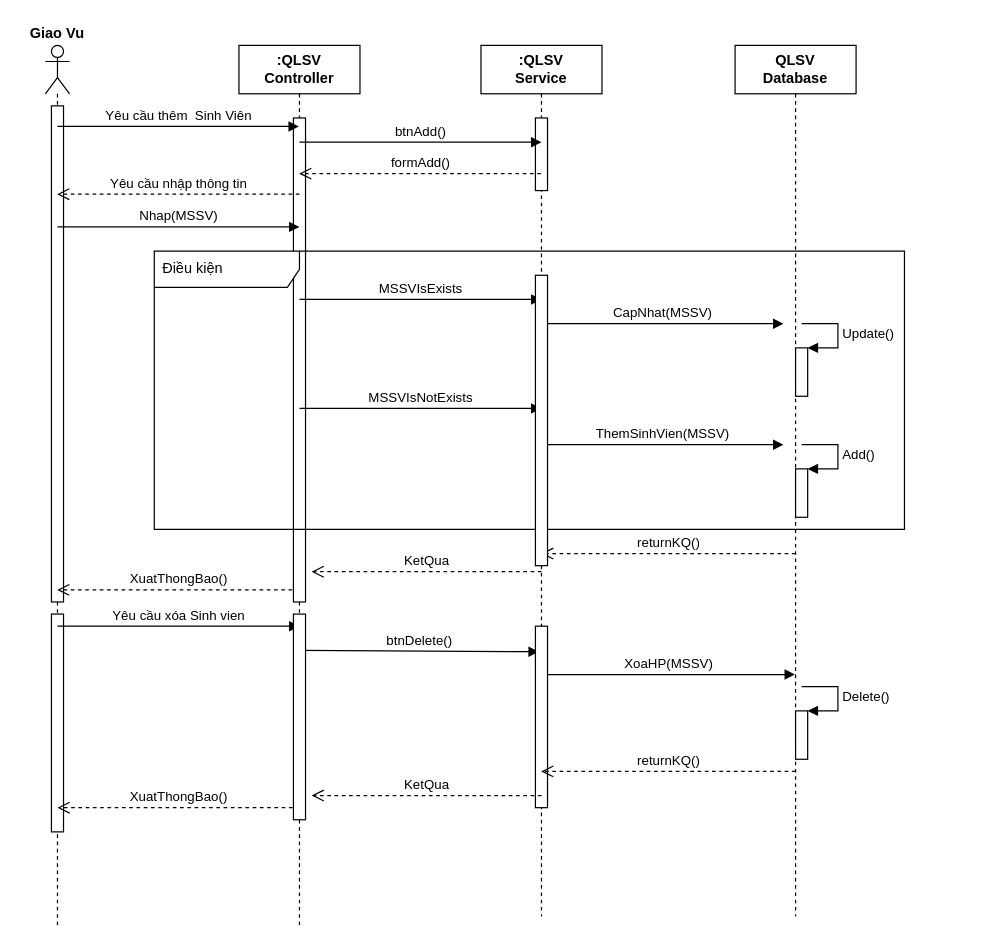
Above: Ctk43/Phần Mềm Đăng Ký Học Phần/Untitled Diagram.drawio in Dat0309/Cong-Nghe-Phan-Mem (draw.io), before the change. Source tidied: cells renumbered, new cells numbered last; positions are measured from the earlier drawing's top-left corner, leaving out a move shared by most shapes. Both pictures are drawn from the tidied source at 121%, with x=0, y=0 at pixel (21, 21).
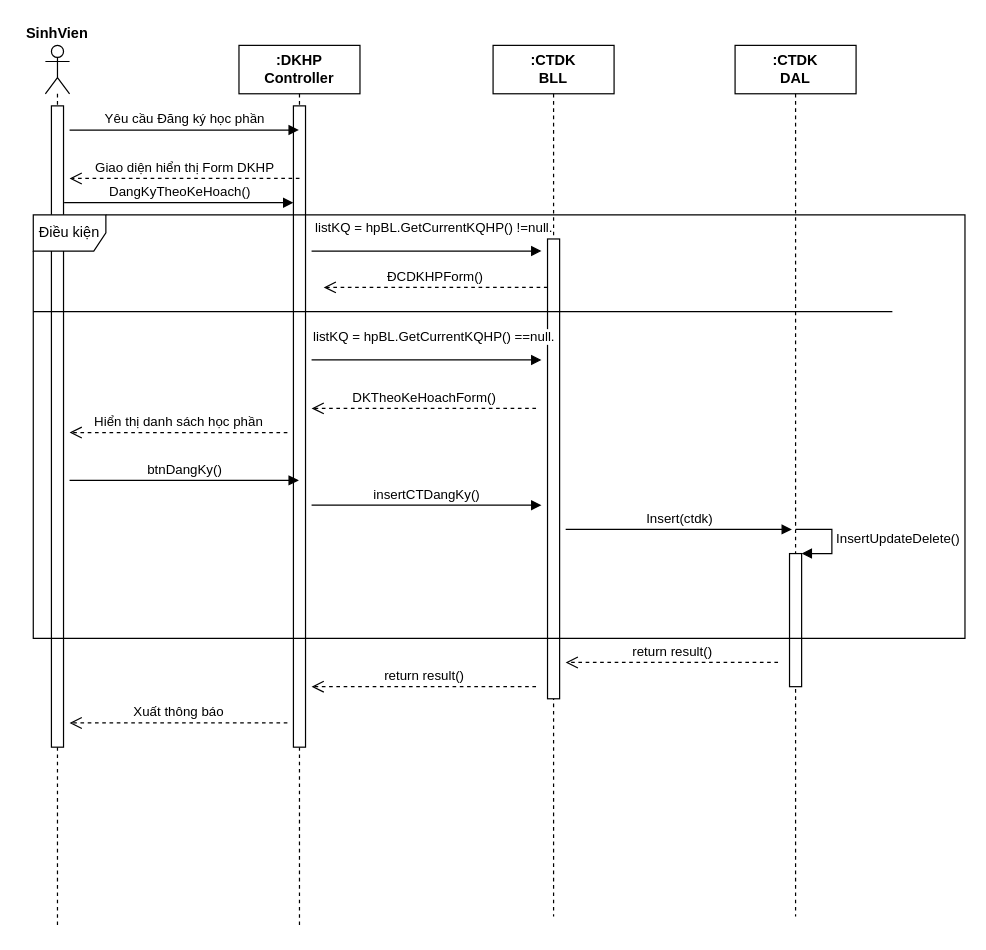
After the change.

Unchanged cells that the change refers to:
```xml
<mxCell id="2" style="shape=umlLifeline;participant=umlActor;perimeter=lifelinePerimeter;whiteSpace=wrap;html=1;verticalAlign=top;spacingTop=36;fontStyle=1;" parent="1" vertex="1">
  <mxGeometry x="20" y="20" width="20" height="730" as="geometry" />
</mxCell>
```

Change to the diagram source:
```diff
@@
     <mxCell id="3" style="html=1;perimeter=orthogonalPerimeter;" parent="2" vertex="1">
-      <mxGeometry x="5" y="50" width="10" height="410" as="geometry" />
+      <mxGeometry x="5" y="50" width="10" height="530" as="geometry" />
     </mxCell>
-    <mxCell id="4" style="html=1;perimeter=orthogonalPerimeter;" parent="2" vertex="1">
-      <mxGeometry x="5" y="470" width="10" height="180" as="geometry" />
-    </mxCell>
-    <mxCell id="5" value=":QLSV&lt;br&gt;Controller" style="shape=umlLifeline;perimeter=lifelinePerimeter;whiteSpace=wrap;html=1;outlineConnect=0;fontStyle=1;" parent="1" vertex="1">
+    <mxCell id="5" value=":DKHP&lt;br&gt;Controller" style="shape=umlLifeline;perimeter=lifelinePerimeter;whiteSpace=wrap;html=1;outlineConnect=0;fontStyle=1;" parent="1" vertex="1">
       <mxGeometry x="180" y="20" width="100" height="730" as="geometry" />
     </mxCell>
-    <mxCell id="6" value="XuatThongBao()" style="html=1;verticalAlign=bottom;endArrow=open;dashed=1;endSize=8;" parent="5" edge="1">
-      <mxGeometry relative="1" as="geometry">
-        <mxPoint x="50" y="450" as="sourcePoint" />
-        <mxPoint x="-150.3" y="450" as="targetPoint" />
-      </mxGeometry>
-    </mxCell>
-    <mxCell id="7" value="Yêu cầu xóa Sinh vien" style="html=1;verticalAlign=bottom;endArrow=block;" parent="5" edge="1">
-      <mxGeometry relative="1" as="geometry">
-        <mxPoint x="-150" y="480" as="sourcePoint" />
-        <mxPoint x="50" y="480" as="targetPoint" />
-      </mxGeometry>
-    </mxCell>
-    <mxCell id="8" value="btnDelete()" style="html=1;verticalAlign=bottom;endArrow=block;entryX=0.478;entryY=0.696;entryDx=0;entryDy=0;entryPerimeter=0;" parent="5" edge="1" target="12">
-      <mxGeometry relative="1" as="geometry">
-        <mxPoint x="50" y="500" as="sourcePoint" />
-      </mxGeometry>
-    </mxCell>
-    <mxCell id="9" value="XuatThongBao()" style="html=1;verticalAlign=bottom;endArrow=open;dashed=1;endSize=8;" parent="5" edge="1">
-      <mxGeometry relative="1" as="geometry">
-        <mxPoint x="50.3" y="630" as="sourcePoint" />
-        <mxPoint x="-150" y="630" as="targetPoint" />
-      </mxGeometry>
-    </mxCell>
-    <mxCell id="10" style="html=1;perimeter=orthogonalPerimeter;" parent="5" vertex="1">
-      <mxGeometry x="45" y="60" width="10" height="400" as="geometry" />
-    </mxCell>
-    <mxCell id="11" style="html=1;perimeter=orthogonalPerimeter;" parent="5" vertex="1">
-      <mxGeometry x="45" y="470" width="10" height="170" as="geometry" />
-    </mxCell>
+    <mxCell id="39" value="insertCTDangKy()" style="html=1;verticalAlign=bottom;endArrow=block;rounded=0;" parent="5" edge="1">
+      <mxGeometry relative="1" as="geometry">
+        <mxPoint x="60" y="380" as="sourcePoint" />
+        <mxPoint x="250" y="380" as="targetPoint" />
+      </mxGeometry>
+    </mxCell>
+    <mxCell id="40" style="html=1;perimeter=orthogonalPerimeter;" parent="5" vertex="1">
+      <mxGeometry x="45" y="50" width="10" height="530" as="geometry" />
+    </mxCell>
+    <mxCell id="41" value="DangKyTheoKeHoach()" style="html=1;verticalAlign=bottom;endArrow=block;rounded=0;" parent="5" edge="1">
+      <mxGeometry relative="1" as="geometry">
+        <mxPoint x="-144.5" y="130" as="sourcePoint" />
+        <mxPoint x="45" y="130" as="targetPoint" />
+      </mxGeometry>
+    </mxCell>
-    <mxCell id="12" value=":QLSV&lt;br&gt;Service" style="shape=umlLifeline;perimeter=lifelinePerimeter;whiteSpace=wrap;html=1;outlineConnect=0;fontStyle=1;" parent="1" vertex="1">
-      <mxGeometry x="380" y="20" width="100" height="720" as="geometry" />
+    <mxCell id="12" value=":CTDK&lt;br&gt;BLL" style="shape=umlLifeline;perimeter=lifelinePerimeter;whiteSpace=wrap;html=1;outlineConnect=0;fontStyle=1;" parent="1" vertex="1">
+      <mxGeometry x="390" y="20" width="100" height="720" as="geometry" />
     </mxCell>
-    <mxCell id="13" value="XoaHP(MSSV)" style="html=1;verticalAlign=bottom;endArrow=block;" parent="12" edge="1" target="16">
-      <mxGeometry relative="1" as="geometry">
-        <mxPoint x="50" y="520" as="sourcePoint" />
-      </mxGeometry>
-    </mxCell>
-    <mxCell id="14" style="html=1;perimeter=orthogonalPerimeter;" parent="12" vertex="1">
-      <mxGeometry x="45" y="60" width="10" height="60" as="geometry" />
-    </mxCell>
-    <mxCell id="15" style="html=1;perimeter=orthogonalPerimeter;" parent="12" vertex="1">
-      <mxGeometry x="45" y="480" width="10" height="150" as="geometry" />
-    </mxCell>
+    <mxCell id="42" value="ĐCDKHPForm()" style="html=1;verticalAlign=bottom;endArrow=open;dashed=1;endSize=8;rounded=0;" parent="12" edge="1">
+      <mxGeometry relative="1" as="geometry">
+        <mxPoint x="45" y="200" as="sourcePoint" />
+        <mxPoint x="-140" y="200" as="targetPoint" />
+      </mxGeometry>
+    </mxCell>
+    <mxCell id="43" style="html=1;perimeter=orthogonalPerimeter;" parent="12" vertex="1">
+      <mxGeometry x="45" y="160" width="10" height="380" as="geometry" />
+    </mxCell>
-    <mxCell id="16" value="QLSV&lt;br&gt;Database" style="shape=umlLifeline;perimeter=lifelinePerimeter;whiteSpace=wrap;html=1;outlineConnect=0;fontStyle=1;" parent="1" vertex="1">
+    <mxCell id="16" value=":CTDK&lt;br&gt;DAL" style="shape=umlLifeline;perimeter=lifelinePerimeter;whiteSpace=wrap;html=1;outlineConnect=0;fontStyle=1;" parent="1" vertex="1">
       <mxGeometry x="590" y="20" width="100" height="720" as="geometry" />
     </mxCell>
-    <mxCell id="17" style="html=1;points=[];perimeter=orthogonalPerimeter;" parent="16" vertex="1">
-      <mxGeometry x="50" y="550" width="10" height="40" as="geometry" />
-    </mxCell>
-    <mxCell id="18" value="Delete()" style="edgeStyle=orthogonalEdgeStyle;html=1;align=left;spacingLeft=2;endArrow=block;rounded=0;entryX=1;entryY=0;" parent="16" edge="1" target="17">
-      <mxGeometry relative="1" as="geometry">
-        <mxPoint x="55" y="530" as="sourcePoint" />
-        <Array as="points">
-          <mxPoint x="85" y="530" />
-        </Array>
-      </mxGeometry>
-    </mxCell>
+    <mxCell id="44" style="html=1;points=[];perimeter=orthogonalPerimeter;" parent="16" vertex="1">
+      <mxGeometry x="45" y="420" width="10" height="110" as="geometry" />
+    </mxCell>
+    <mxCell id="45" value="InsertUpdateDelete()" style="edgeStyle=orthogonalEdgeStyle;html=1;align=left;spacingLeft=2;endArrow=block;rounded=0;entryX=1;entryY=0;" parent="16" edge="1" target="44">
+      <mxGeometry relative="1" as="geometry">
+        <mxPoint x="50" y="400" as="sourcePoint" />
+        <Array as="points">
+          <mxPoint x="80" y="400" />
+        </Array>
+      </mxGeometry>
+    </mxCell>
+    <mxCell id="46" value="return result()" style="html=1;verticalAlign=bottom;endArrow=open;dashed=1;endSize=8;rounded=0;" parent="16" edge="1">
+      <mxGeometry relative="1" as="geometry">
+        <mxPoint x="35.5" y="510" as="sourcePoint" />
+        <mxPoint x="-140" y="510" as="targetPoint" />
+      </mxGeometry>
+    </mxCell>
-    <mxCell id="19" value="Giao Vu" style="text;html=1;strokeColor=none;fillColor=none;align=center;verticalAlign=middle;whiteSpace=wrap;rounded=0;fontStyle=1;" parent="1" vertex="1">
+    <mxCell id="19" value="SinhVien" style="text;html=1;strokeColor=none;fillColor=none;align=center;verticalAlign=middle;whiteSpace=wrap;rounded=0;fontStyle=1;" parent="1" vertex="1">
       <mxGeometry width="60" height="20" as="geometry" />
     </mxCell>
-    <mxCell id="20" value="Yêu cầu thêm&amp;nbsp; Sinh Viên" style="html=1;verticalAlign=bottom;endArrow=block;" parent="1" edge="1">
-      <mxGeometry relative="1" as="geometry">
-        <mxPoint x="30" y="87" as="sourcePoint" />
-        <mxPoint x="229.5" y="87" as="targetPoint" />
-      </mxGeometry>
-    </mxCell>
-    <mxCell id="21" value="formAdd()" style="html=1;verticalAlign=bottom;endArrow=open;dashed=1;endSize=8;" parent="1" edge="1">
-      <mxGeometry relative="1" as="geometry">
-        <mxPoint x="429.5" y="126" as="sourcePoint" />
-        <mxPoint x="229.7" y="126" as="targetPoint" />
-        <Array as="points">
-          <mxPoint x="270" y="126" />
-        </Array>
-      </mxGeometry>
-    </mxCell>
-    <mxCell id="22" value="Yêu cầu nhập thông tin" style="html=1;verticalAlign=bottom;endArrow=open;dashed=1;endSize=8;" parent="1" edge="1">
-      <mxGeometry relative="1" as="geometry">
-        <mxPoint x="230" y="143" as="sourcePoint" />
-        <mxPoint x="29.7" y="143" as="targetPoint" />
-      </mxGeometry>
-    </mxCell>
-    <mxCell id="23" value="Nhap(MSSV)" style="html=1;verticalAlign=bottom;endArrow=block;" parent="1" edge="1">
-      <mxGeometry relative="1" as="geometry">
-        <mxPoint x="30" y="170" as="sourcePoint" />
-        <mxPoint x="230" y="170" as="targetPoint" />
-      </mxGeometry>
-    </mxCell>
+    <mxCell id="47" value="Yêu cầu Đăng ký học phần" style="html=1;verticalAlign=bottom;endArrow=block;rounded=0;" parent="1" edge="1">
+      <mxGeometry relative="1" as="geometry">
+        <mxPoint x="40" y="90" as="sourcePoint" />
+        <mxPoint x="229.5" y="90" as="targetPoint" />
+      </mxGeometry>
+    </mxCell>
+    <mxCell id="48" value="Giao diện hiển thị Form DKHP" style="html=1;verticalAlign=bottom;endArrow=open;dashed=1;endSize=8;rounded=0;" parent="1" edge="1">
+      <mxGeometry relative="1" as="geometry">
+        <mxPoint x="230" y="130" as="sourcePoint" />
+        <mxPoint x="40" y="130" as="targetPoint" />
+      </mxGeometry>
+    </mxCell>
+    <mxCell id="49" value="listKQ = hpBL.GetCurrentKQHP() ==null." style="html=1;verticalAlign=bottom;endArrow=block;rounded=0;" parent="1" edge="1">
+      <mxGeometry x="0.06" y="10" relative="1" as="geometry">
+        <mxPoint x="240" y="280" as="sourcePoint" />
+        <mxPoint x="430" y="280" as="targetPoint" />
+      </mxGeometry>
+    </mxCell>
+    <mxCell id="50" value="DKTheoKeHoachForm()" style="html=1;verticalAlign=bottom;endArrow=open;dashed=1;endSize=8;rounded=0;" parent="1" edge="1">
+      <mxGeometry relative="1" as="geometry">
+        <mxPoint x="425.5" y="320" as="sourcePoint" />
+        <mxPoint x="240" y="320" as="targetPoint" />
+      </mxGeometry>
+    </mxCell>
+    <mxCell id="51" value="Hiển thị danh sách học phần" style="html=1;verticalAlign=bottom;endArrow=open;dashed=1;endSize=8;rounded=0;" parent="1" edge="1">
+      <mxGeometry relative="1" as="geometry">
+        <mxPoint x="220" y="340" as="sourcePoint" />
+        <mxPoint x="40" y="340" as="targetPoint" />
+      </mxGeometry>
+    </mxCell>
+    <mxCell id="52" value="btnDangKy()" style="html=1;verticalAlign=bottom;endArrow=block;rounded=0;" parent="1" edge="1" target="5">
+      <mxGeometry relative="1" as="geometry">
+        <mxPoint x="40" y="379.5" as="sourcePoint" />
+      </mxGeometry>
+    </mxCell>
+    <mxCell id="53" value="Insert(ctdk)" style="html=1;verticalAlign=bottom;endArrow=block;rounded=0;" parent="1" edge="1">
+      <mxGeometry relative="1" as="geometry">
+        <mxPoint x="450" y="420" as="sourcePoint" />
+        <mxPoint x="637" y="420" as="targetPoint" />
+      </mxGeometry>
+    </mxCell>
+    <mxCell id="54" value="return result()" style="html=1;verticalAlign=bottom;endArrow=open;dashed=1;endSize=8;rounded=0;" parent="1" edge="1">
+      <mxGeometry relative="1" as="geometry">
+        <mxPoint x="425.5" y="550" as="sourcePoint" />
+        <mxPoint x="240" y="550" as="targetPoint" />
+      </mxGeometry>
+    </mxCell>
+    <mxCell id="55" value="Xuất thông báo" style="html=1;verticalAlign=bottom;endArrow=open;dashed=1;endSize=8;rounded=0;" parent="1" edge="1">
+      <mxGeometry relative="1" as="geometry">
+        <mxPoint x="220" y="580" as="sourcePoint" />
+        <mxPoint x="40" y="580" as="targetPoint" />
+      </mxGeometry>
+    </mxCell>
+    <mxCell id="56" value="listKQ = hpBL.GetCurrentKQHP() !=null." style="html=1;verticalAlign=bottom;endArrow=block;rounded=0;" parent="1" edge="1">
+      <mxGeometry x="0.06" y="10" relative="1" as="geometry">
+        <mxPoint x="240" y="190" as="sourcePoint" />
+        <mxPoint x="430" y="190" as="targetPoint" />
+      </mxGeometry>
+    </mxCell>
+    <mxCell id="57" style="endArrow=none;html=1;rounded=0;" parent="1" edge="1">
+      <mxGeometry relative="1" as="geometry">
+        <mxPoint x="10" y="240" as="sourcePoint" />
+        <mxPoint x="720" y="240" as="targetPoint" />
+      </mxGeometry>
+    </mxCell>
-    <mxCell id="24" value="Điều kiện" style="shape=umlFrame;whiteSpace=wrap;html=1;width=120;height=30;boundedLbl=1;verticalAlign=middle;align=left;spacingLeft=5;" parent="1" vertex="1">
-      <mxGeometry x="110" y="190" width="620" height="230" as="geometry" />
+    <mxCell id="24" value="Điều kiện" style="shape=umlFrame;whiteSpace=wrap;html=1;" parent="1" vertex="1">
+      <mxGeometry x="10" y="160" width="770" height="350" as="geometry" />
     </mxCell>
-    <mxCell id="25" value="MSSVIsExists" style="html=1;verticalAlign=bottom;endArrow=block;" parent="1" edge="1">
-      <mxGeometry relative="1" as="geometry">
-        <mxPoint x="230" y="230" as="sourcePoint" />
-        <mxPoint x="430" y="230" as="targetPoint" />
-      </mxGeometry>
-    </mxCell>
-    <mxCell id="26" value="CapNhat(MSSV)" style="html=1;verticalAlign=bottom;endArrow=block;" parent="1" edge="1">
-      <mxGeometry relative="1" as="geometry">
-        <mxPoint x="430" y="250" as="sourcePoint" />
-        <mxPoint x="630" y="250" as="targetPoint" />
-      </mxGeometry>
-    </mxCell>
-    <mxCell id="27" style="html=1;points=[];perimeter=orthogonalPerimeter;" parent="1" vertex="1">
-      <mxGeometry x="640" y="270" width="10" height="40" as="geometry" />
-    </mxCell>
-    <mxCell id="28" value="Update()" style="edgeStyle=orthogonalEdgeStyle;html=1;align=left;spacingLeft=2;endArrow=block;rounded=0;entryX=1;entryY=0;" parent="1" edge="1" target="27">
-      <mxGeometry relative="1" as="geometry">
-        <mxPoint x="645" y="250" as="sourcePoint" />
-        <Array as="points">
-          <mxPoint x="675" y="250" />
-        </Array>
-      </mxGeometry>
-    </mxCell>
-    <mxCell id="29" value="MSSVIsNotExists" style="html=1;verticalAlign=bottom;endArrow=block;" parent="1" edge="1">
-      <mxGeometry relative="1" as="geometry">
-        <mxPoint x="230" y="320" as="sourcePoint" />
-        <mxPoint x="430" y="320" as="targetPoint" />
-      </mxGeometry>
-    </mxCell>
-    <mxCell id="30" value="ThemSinhVien(MSSV)" style="html=1;verticalAlign=bottom;endArrow=block;" parent="1" edge="1">
-      <mxGeometry relative="1" as="geometry">
-        <mxPoint x="430" y="350" as="sourcePoint" />
-        <mxPoint x="630" y="350" as="targetPoint" />
-      </mxGeometry>
-    </mxCell>
-    <mxCell id="31" style="html=1;points=[];perimeter=orthogonalPerimeter;" parent="1" vertex="1">
-      <mxGeometry x="640" y="370" width="10" height="40" as="geometry" />
-    </mxCell>
-    <mxCell id="32" value="Add()" style="edgeStyle=orthogonalEdgeStyle;html=1;align=left;spacingLeft=2;endArrow=block;rounded=0;entryX=1;entryY=0;" parent="1" edge="1" target="31">
-      <mxGeometry relative="1" as="geometry">
-        <mxPoint x="645" y="350" as="sourcePoint" />
-        <Array as="points">
-          <mxPoint x="675" y="350" />
-        </Array>
-      </mxGeometry>
-    </mxCell>
-    <mxCell id="33" value="KetQua" style="html=1;verticalAlign=bottom;endArrow=open;dashed=1;endSize=8;" parent="1" edge="1">
-      <mxGeometry relative="1" as="geometry">
-        <mxPoint x="430" y="455" as="sourcePoint" />
-        <mxPoint x="240" y="455" as="targetPoint" />
-      </mxGeometry>
-    </mxCell>
-    <mxCell id="34" value="btnAdd()" style="html=1;verticalAlign=bottom;endArrow=block;" parent="1" edge="1">
-      <mxGeometry relative="1" as="geometry">
-        <mxPoint x="230" y="100" as="sourcePoint" />
-        <mxPoint x="430" y="100" as="targetPoint" />
-      </mxGeometry>
-    </mxCell>
-    <mxCell id="35" value="returnKQ()" style="html=1;verticalAlign=bottom;endArrow=open;dashed=1;endSize=8;" parent="1" edge="1">
-      <mxGeometry relative="1" as="geometry">
-        <mxPoint x="640" y="440" as="sourcePoint" />
-        <mxPoint x="429.7" y="440" as="targetPoint" />
-      </mxGeometry>
-    </mxCell>
-    <mxCell id="36" value="returnKQ()" style="html=1;verticalAlign=bottom;endArrow=open;dashed=1;endSize=8;" parent="1" edge="1">
-      <mxGeometry relative="1" as="geometry">
-        <mxPoint x="640" y="620" as="sourcePoint" />
-        <mxPoint x="429.7" y="620" as="targetPoint" />
-      </mxGeometry>
-    </mxCell>
-    <mxCell id="37" value="KetQua" style="html=1;verticalAlign=bottom;endArrow=open;dashed=1;endSize=8;" parent="1" edge="1">
-      <mxGeometry relative="1" as="geometry">
-        <mxPoint x="430" y="640" as="sourcePoint" />
-        <mxPoint x="240" y="640" as="targetPoint" />
-      </mxGeometry>
-    </mxCell>
-    <mxCell id="38" style="html=1;perimeter=orthogonalPerimeter;" parent="1" vertex="1">
-      <mxGeometry x="425" y="210" width="10" height="240" as="geometry" />
-    </mxCell>
```
